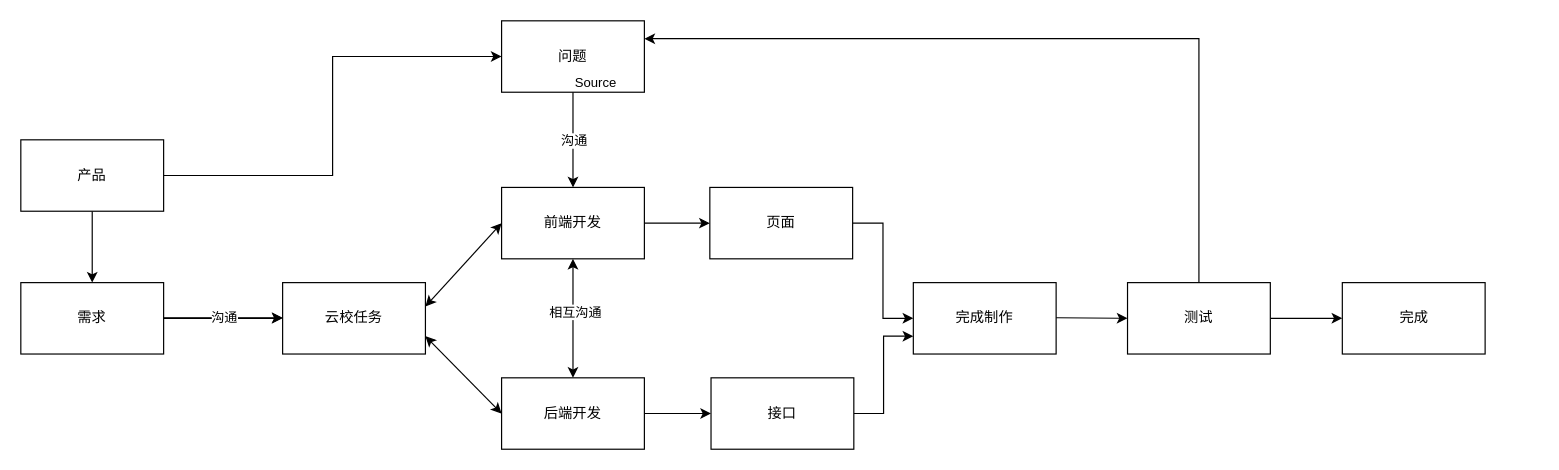
This is XMind/Untitled Diagram.drawio from LuDongWei/saveDemo, a draw.io file, before an edit. Source tidied: cells renumbered, new cells numbered last; positions are measured from the earlier drawing's top-left corner, leaving out a move shared by most shapes. Both pictures are drawn from the tidied source at 119%, with x=0, y=0 at pixel (20, 20).
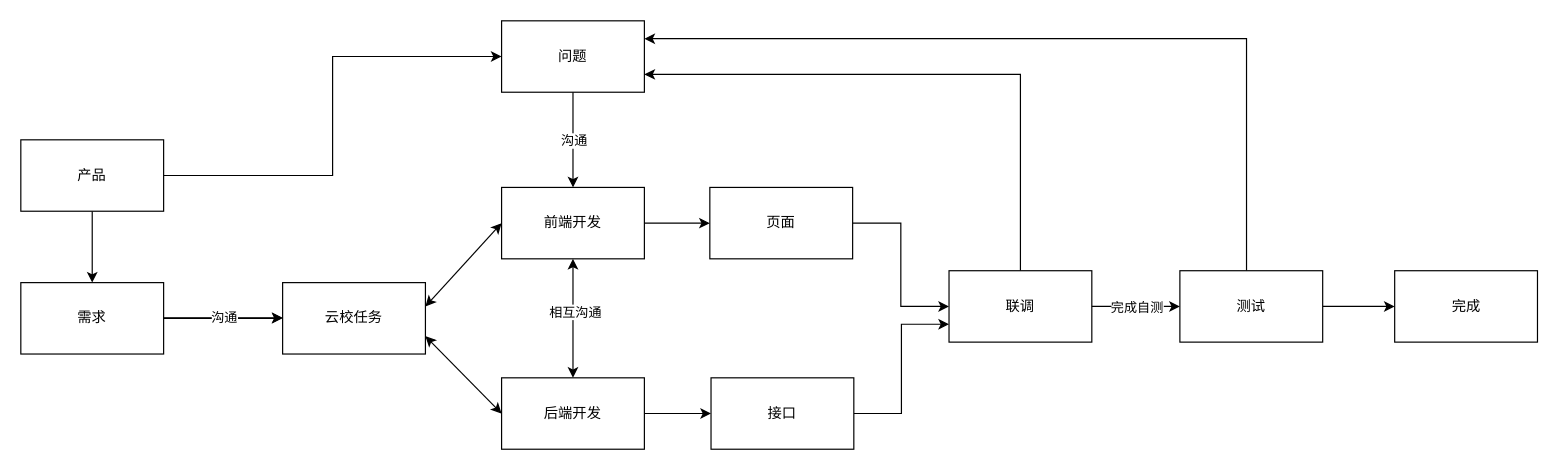
Above is the later version.

Commit message:
开发流程图

The change refers to these unchanged cells:
```xml
<mxCell id="12" value="接口" style="rounded=0;whiteSpace=wrap;html=1;" parent="1" vertex="1">
  <mxGeometry x="580" y="300" width="120" height="60" as="geometry" />
</mxCell>
<mxCell id="14" value="页面" style="rounded=0;whiteSpace=wrap;html=1;" parent="1" vertex="1">
  <mxGeometry x="579" y="140" width="120" height="60" as="geometry" />
</mxCell>
<mxCell id="27" value="问题" style="rounded=0;whiteSpace=wrap;html=1;" parent="1" vertex="1">
  <mxGeometry x="404" width="120" height="60" as="geometry" />
</mxCell>
<mxCell id="29" style="endArrow=classic;html=1;exitX=0.5;exitY=1;exitDx=0;exitDy=0;" parent="1" edge="1" source="27" target="7">
  <mxGeometry relative="1" as="geometry" />
</mxCell>
```

What changed in the source:
```diff
@@
-    <mxCell id="11" style="edgeStyle=orthogonalEdgeStyle;rounded=0;jettySize=auto;html=1;entryX=0;entryY=0.75;entryDx=0;entryDy=0;" parent="1" edge="1" source="12" target="17">
+    <mxCell id="11" style="edgeStyle=orthogonalEdgeStyle;rounded=0;jettySize=auto;html=1;entryX=0;entryY=0.75;entryDx=0;entryDy=0;" parent="1" edge="1" source="12" target="33">
       <mxGeometry relative="1" as="geometry" />
     </mxCell>
@@
-    <mxCell id="13" style="edgeStyle=orthogonalEdgeStyle;rounded=0;jettySize=auto;html=1;exitX=1;exitY=0.5;exitDx=0;exitDy=0;entryX=0;entryY=0.5;entryDx=0;entryDy=0;" parent="1" edge="1" source="14" target="17">
+    <mxCell id="13" style="edgeStyle=orthogonalEdgeStyle;rounded=0;jettySize=auto;html=1;exitX=1;exitY=0.5;exitDx=0;exitDy=0;entryX=0;entryY=0.5;entryDx=0;entryDy=0;" parent="1" edge="1" source="14" target="33">
       <mxGeometry relative="1" as="geometry" />
     </mxCell>
@@
-    <mxCell id="17" value="完成制作" style="rounded=0;whiteSpace=wrap;html=1;" parent="1" vertex="1">
-      <mxGeometry x="750" y="220" width="120" height="60" as="geometry" />
-    </mxCell>
@@
     <mxCell id="20" style="edgeStyle=orthogonalEdgeStyle;rounded=0;jettySize=auto;html=1;entryX=1;entryY=0.25;entryDx=0;entryDy=0;" parent="1" edge="1" source="22" target="27">
       <mxGeometry relative="1" as="geometry">
         <Array as="points">
-          <mxPoint x="990" y="15" />
+          <mxPoint x="1030" y="15" />
         </Array>
       </mxGeometry>
     </mxCell>
@@
     <mxCell id="22" value="测试" style="rounded=0;whiteSpace=wrap;html=1;" parent="1" vertex="1">
-      <mxGeometry x="930" y="220" width="120" height="60" as="geometry" />
+      <mxGeometry x="974" y="210" width="120" height="60" as="geometry" />
     </mxCell>
-    <mxCell id="23" style="endArrow=classic;html=1;" parent="1" edge="1">
-      <mxGeometry relative="1" as="geometry">
-        <mxPoint x="870" y="249.5" as="sourcePoint" />
-        <mxPoint x="930" y="250" as="targetPoint" />
-      </mxGeometry>
-    </mxCell>
@@
     <mxCell id="28" value="完成" style="rounded=0;whiteSpace=wrap;html=1;" parent="1" vertex="1">
-      <mxGeometry x="1110.5" y="220" width="120" height="60" as="geometry" />
+      <mxGeometry x="1154.5" y="210" width="120" height="60" as="geometry" />
     </mxCell>
@@
-    <mxCell id="31" value="Source" style="edgeLabel;html=1;align=left;verticalAlign=bottom;" parent="29" vertex="1">
-      <mxGeometry x="-1" relative="1" as="geometry" />
-    </mxCell>
+    <mxCell id="32" style="edgeStyle=orthogonalEdgeStyle;rounded=0;jettySize=auto;html=1;entryX=1;entryY=0.75;entryDx=0;entryDy=0;" parent="1" edge="1" source="33" target="27">
+      <mxGeometry relative="1" as="geometry">
+        <Array as="points">
+          <mxPoint x="840" y="45" />
+        </Array>
+      </mxGeometry>
+    </mxCell>
+    <mxCell id="33" value="联调" style="rounded=0;whiteSpace=wrap;html=1;" parent="1" vertex="1">
+      <mxGeometry x="780" y="210" width="120" height="60" as="geometry" />
+    </mxCell>
+    <mxCell id="34" style="endArrow=classic;html=1;exitX=1;exitY=0.5;exitDx=0;exitDy=0;entryX=0;entryY=0.5;entryDx=0;entryDy=0;" parent="1" edge="1" source="33" target="22">
+      <mxGeometry relative="1" as="geometry" />
+    </mxCell>
+    <mxCell id="35" value="完成自测" style="edgeLabel;html=1;align=center;verticalAlign=middle;" parent="34" vertex="1">
+      <mxGeometry relative="1" as="geometry" />
+    </mxCell>
```
